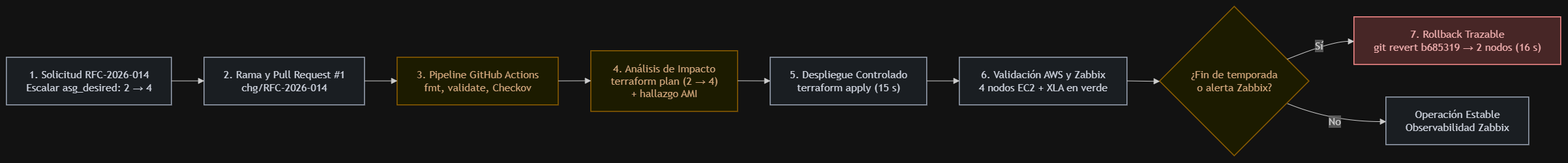
The draw.io diagram diagrams/flujo-cambio-controlado.png in manubc2012/ecommerce-infra-iac, before a commit. Source tidied: cells renumbered, new cells last; positions are measured from the earlier drawing's top-left corner, leaving out a move shared by most shapes.
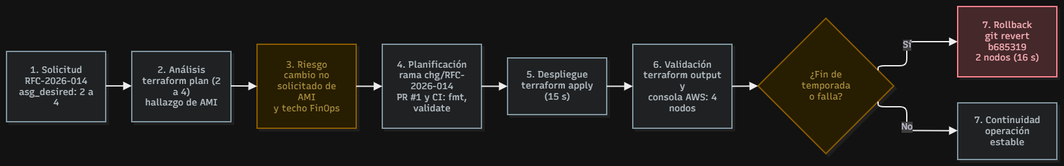
The same diagram one commit later.

Diff of the diagram source:
```diff
@@ -5,62 +5,64 @@
     <mxCell id="2" style="group;transparentBounds=1;editIcon=1;lockedGroup=0;groupPadding=10;" parent="1" vertex="1">
       <mxGeometry as="geometry" />
     </mxCell>
-    <mxCell id="3" value="1. Solicitud RFC-2026-014&#10;Escalar asg_desired: 2 → 4" style="html=1;whiteSpace=wrap;strokeWidth=1.5;fillColor=#edf2f7;strokeColor=#4a5568;fontColor=#1a202c;fontFamily=Trebuchet MS,Verdana,Arial,sans-serif;fontSize=16;" parent="2" vertex="1">
-      <mxGeometry x="30" y="108" width="253" height="73" as="geometry" />
-    </mxCell>
-    <mxCell id="4" value="2. Rama y Pull Request #1&#10;chg/RFC-2026-014" style="html=1;whiteSpace=wrap;strokeWidth=1.5;fillColor=#edf2f7;strokeColor=#4a5568;fontColor=#1a202c;fontFamily=Trebuchet MS,Verdana,Arial,sans-serif;fontSize=16;" parent="2" vertex="1">
-      <mxGeometry x="333" y="108" width="246" height="73" as="geometry" />
-    </mxCell>
-    <mxCell id="5" value="3. Pipeline GitHub Actions&#10;fmt, validate, Checkov" style="html=1;whiteSpace=wrap;strokeWidth=1.5;fillColor=#fefcbf;strokeColor=#d69e2e;fontColor=#744210;fontFamily=Trebuchet MS,Verdana,Arial,sans-serif;fontSize=16;" parent="2" vertex="1">
-      <mxGeometry x="629" y="108" width="247" height="73" as="geometry" />
-    </mxCell>
-    <mxCell id="6" value="4. Análisis de Impacto&#10;terraform plan (2 → 4)&#10;+ hallazgo AMI" style="html=1;whiteSpace=wrap;strokeWidth=1.5;fillColor=#fefcbf;strokeColor=#d69e2e;fontColor=#744210;fontFamily=Trebuchet MS,Verdana,Arial,sans-serif;fontSize=16;" parent="2" vertex="1">
-      <mxGeometry x="926" y="98" width="225" height="93" as="geometry" />
-    </mxCell>
-    <mxCell id="7" value="5. Despliegue Controlado&#10;terraform apply (15 s)" style="html=1;whiteSpace=wrap;strokeWidth=1.5;fillColor=#edf2f7;strokeColor=#4a5568;fontColor=#1a202c;fontFamily=Trebuchet MS,Verdana,Arial,sans-serif;fontSize=16;" parent="2" vertex="1">
-      <mxGeometry x="1201" y="108" width="240" height="73" as="geometry" />
-    </mxCell>
-    <mxCell id="8" value="6. Validación AWS y Zabbix&#10;4 nodos EC2 + XLA en verde" style="html=1;whiteSpace=wrap;strokeWidth=1.5;fillColor=#edf2f7;strokeColor=#4a5568;fontColor=#1a202c;fontFamily=Trebuchet MS,Verdana,Arial,sans-serif;fontSize=16;" parent="2" vertex="1">
-      <mxGeometry x="1491" y="108" width="257" height="73" as="geometry" />
-    </mxCell>
-    <mxCell id="9" value="¿Fin de temporada&#10;o alerta Zabbix?" style="rhombus;html=1;strokeWidth=1.5;whiteSpace=wrap;fillColor=#fefcbf;strokeColor=#d69e2e;fontColor=#744210;fontFamily=Trebuchet MS,Verdana,Arial,sans-serif;fontSize=16;" parent="2" vertex="1">
-      <mxGeometry x="1798" y="30" width="229" height="229" as="geometry" />
-    </mxCell>
-    <mxCell id="10" value="7. Rollback Trazable&#10;git revert b685319 → 2 nodos (16 s)" style="html=1;whiteSpace=wrap;strokeWidth=1.5;fillColor=#fed7d7;strokeColor=#c53030;fontColor=#742a2a;fontFamily=Trebuchet MS,Verdana,Arial,sans-serif;fontSize=16;" parent="2" vertex="1">
-      <mxGeometry x="2096" y="46" width="317" height="73" as="geometry" />
-    </mxCell>
-    <mxCell id="11" value="Operación Estable&#10;Observabilidad Zabbix" style="html=1;whiteSpace=wrap;strokeWidth=1.5;fillColor=#edf2f7;strokeColor=#4a5568;fontColor=#1a202c;fontFamily=Trebuchet MS,Verdana,Arial,sans-serif;fontSize=16;" parent="2" vertex="1">
-      <mxGeometry x="2145" y="169" width="219" height="73" as="geometry" />
-    </mxCell>
-    <mxCell id="12" style="curved=1;startArrow=none;endArrow=block;endSize=7;strokeColor=light-dark(#333333,#cccccc);exitX=1;exitY=0.49;entryX=0;entryY=0.49;rounded=0;fontSize=12;" parent="2" edge="1" source="3" target="4">
-      <mxGeometry relative="1" as="geometry" />
-    </mxCell>
-    <mxCell id="13" style="curved=1;startArrow=none;endArrow=block;endSize=7;strokeColor=light-dark(#333333,#cccccc);exitX=1;exitY=0.49;entryX=0;entryY=0.49;rounded=0;fontSize=12;" parent="2" edge="1" source="4" target="5">
-      <mxGeometry relative="1" as="geometry" />
-    </mxCell>
-    <mxCell id="14" style="curved=1;startArrow=none;endArrow=block;endSize=7;strokeColor=light-dark(#333333,#cccccc);exitX=1;exitY=0.49;entryX=0;entryY=0.49;rounded=0;fontSize=12;" parent="2" edge="1" source="5" target="6">
-      <mxGeometry relative="1" as="geometry" />
-    </mxCell>
-    <mxCell id="15" style="curved=1;startArrow=none;endArrow=block;endSize=7;strokeColor=light-dark(#333333,#cccccc);exitX=1;exitY=0.49;entryX=0;entryY=0.49;rounded=0;fontSize=12;" parent="2" edge="1" source="6" target="7">
-      <mxGeometry relative="1" as="geometry" />
-    </mxCell>
-    <mxCell id="16" style="curved=1;startArrow=none;endArrow=block;endSize=7;strokeColor=light-dark(#333333,#cccccc);exitX=1;exitY=0.49;entryX=0;entryY=0.49;rounded=0;fontSize=12;" parent="2" edge="1" source="7" target="8">
-      <mxGeometry relative="1" as="geometry" />
-    </mxCell>
-    <mxCell id="17" style="curved=1;startArrow=none;endArrow=block;endSize=7;strokeColor=light-dark(#333333,#cccccc);exitX=1;exitY=0.49;entryX=0;entryY=0.5;rounded=0;fontSize=12;" parent="2" edge="1" source="8" target="9">
-      <mxGeometry relative="1" as="geometry" />
-    </mxCell>
+    <mxCell id="20" value="1. Solicitud&#10;RFC-2026-014&#10;asg_desired: 2 a 4" style="html=1;whiteSpace=wrap;strokeWidth=2;fillColor=#eceff1;strokeColor=#546e7a;fontColor=#263238;fontFamily=Recursive;fontSize=14;shadow=1;shadowColor=#000000;shadowOffsetX=4;shadowOffsetY=4;shadowBlur=0;shadowOpacity=6;labelWidth=120;fontSource=https%3A%2F%2Ffonts.googleapis.com%2Fcss%3Ffamily%3DRecursive;" parent="2" vertex="1">
+      <mxGeometry x="30" y="99" width="152" height="108" as="geometry" />
+    </mxCell>
+    <mxCell id="21" value="2. Análisis&#10;terraform plan (2 a 4)&#10;hallazgo de AMI" style="html=1;whiteSpace=wrap;strokeWidth=2;fillColor=#eceff1;strokeColor=#546e7a;fontColor=#263238;fontFamily=Recursive;fontSize=14;shadow=1;shadowColor=#000000;shadowOffsetX=4;shadowOffsetY=4;shadowBlur=0;shadowOpacity=6;labelWidth=120;fontSource=https%3A%2F%2Ffonts.googleapis.com%2Fcss%3Ffamily%3DRecursive;" parent="2" vertex="1">
+      <mxGeometry x="222" y="99" width="152" height="108" as="geometry" />
+    </mxCell>
+    <mxCell id="22" value="3. Riesgo&#10;cambio no solicitado de AMI&#10;y techo FinOps" style="html=1;whiteSpace=wrap;strokeWidth=2;fillColor=#fff3cd;strokeColor=#e0a800;fontColor=#856404;fontFamily=Recursive;fontSize=14;shadow=1;shadowColor=#000000;shadowOffsetX=4;shadowOffsetY=4;shadowBlur=0;shadowOpacity=6;labelWidth=120;fontSource=https%3A%2F%2Ffonts.googleapis.com%2Fcss%3Ffamily%3DRecursive;" parent="2" vertex="1">
+      <mxGeometry x="414" y="88" width="152" height="129" as="geometry" />
+    </mxCell>
+    <mxCell id="23" value="4. Planificación&#10;rama chg/RFC-2026-014&#10;PR #1 y CI: fmt, validate" style="html=1;whiteSpace=wrap;strokeWidth=2;fillColor=#eceff1;strokeColor=#546e7a;fontColor=#263238;fontFamily=Recursive;fontSize=14;shadow=1;shadowColor=#000000;shadowOffsetX=4;shadowOffsetY=4;shadowBlur=0;shadowOpacity=6;labelWidth=120;fontSource=https%3A%2F%2Ffonts.googleapis.com%2Fcss%3Ffamily%3DRecursive;" parent="2" vertex="1">
+      <mxGeometry x="606" y="88" width="152" height="129" as="geometry" />
+    </mxCell>
+    <mxCell id="24" value="5. Despliegue&#10;terraform apply (15 s)" style="html=1;whiteSpace=wrap;strokeWidth=2;fillColor=#eceff1;strokeColor=#546e7a;fontColor=#263238;fontFamily=Recursive;fontSize=14;shadow=1;shadowColor=#000000;shadowOffsetX=4;shadowOffsetY=4;shadowBlur=0;shadowOpacity=6;labelWidth=120;fontSource=https%3A%2F%2Ffonts.googleapis.com%2Fcss%3Ffamily%3DRecursive;" parent="2" vertex="1">
+      <mxGeometry x="798" y="109" width="152" height="87" as="geometry" />
+    </mxCell>
+    <mxCell id="25" value="6. Validación&#10;terraform output y&#10;consola AWS: 4 nodos" style="html=1;whiteSpace=wrap;strokeWidth=2;fillColor=#eceff1;strokeColor=#546e7a;fontColor=#263238;fontFamily=Recursive;fontSize=14;shadow=1;shadowColor=#000000;shadowOffsetX=4;shadowOffsetY=4;shadowBlur=0;shadowOpacity=6;labelWidth=120;fontSource=https%3A%2F%2Ffonts.googleapis.com%2Fcss%3Ffamily%3DRecursive;" parent="2" vertex="1">
+      <mxGeometry x="990" y="88" width="152" height="129" as="geometry" />
+    </mxCell>
+    <mxCell id="26" value="¿Fin de temporada&#10;o falla?" style="rhombus;html=1;strokeWidth=2;whiteSpace=wrap;fillColor=#fff3cd;strokeColor=#e0a800;fontColor=#856404;fontFamily=Recursive;fontSize=14;shadow=1;shadowColor=#000000;shadowOffsetX=4;shadowOffsetY=4;shadowBlur=0;shadowOpacity=6;labelWidth=120;fontSource=https%3A%2F%2Ffonts.googleapis.com%2Fcss%3Ffamily%3DRecursive;" parent="2" vertex="1">
+      <mxGeometry x="1182" y="48" width="208" height="208" as="geometry" />
+    </mxCell>
+    <mxCell id="27" value="7. Rollback&#10;git revert b685319&#10;2 nodos (16 s)" style="html=1;whiteSpace=wrap;strokeWidth=2;fillColor=#f8d7da;strokeColor=#dc3545;fontColor=#721c24;fontFamily=Recursive;fontSize=14;shadow=1;shadowColor=#000000;shadowOffsetX=4;shadowOffsetY=4;shadowBlur=0;shadowOpacity=6;labelWidth=120;fontSource=https%3A%2F%2Ffonts.googleapis.com%2Fcss%3Ffamily%3DRecursive;" parent="2" vertex="1">
+      <mxGeometry x="1488" y="30" width="152" height="108" as="geometry" />
+    </mxCell>
+    <mxCell id="28" value="7. Continuidad&#10;operación estable" style="html=1;whiteSpace=wrap;strokeWidth=2;fillColor=#eceff1;strokeColor=#546e7a;fontColor=#263238;fontFamily=Recursive;fontSize=14;shadow=1;shadowColor=#000000;shadowOffsetX=4;shadowOffsetY=4;shadowBlur=0;shadowOpacity=6;labelWidth=120;fontSource=https%3A%2F%2Ffonts.googleapis.com%2Fcss%3Ffamily%3DRecursive;" parent="2" vertex="1">
+      <mxGeometry x="1488" y="178" width="152" height="87" as="geometry" />
+    </mxCell>
+    <mxCell id="29" style="edgeStyle=orthogonalEdgeStyle;rounded=1;curved=0;startArrow=none;endArrow=block;endSize=8;jumpStyle=arc;jumpSize=12;strokeColor=#000000;exitX=1;exitY=0.49;entryX=0;entryY=0.49;strokeWidth=2;targetPerimeterSpacing=4;fontSize=12;" parent="2" edge="1" source="20" target="21">
+      <mxGeometry relative="1" as="geometry" />
+    </mxCell>
+    <mxCell id="30" style="edgeStyle=orthogonalEdgeStyle;rounded=1;curved=0;startArrow=none;endArrow=block;endSize=8;jumpStyle=arc;jumpSize=12;strokeColor=#000000;exitX=1;exitY=0.49;entryX=0;entryY=0.5;strokeWidth=2;targetPerimeterSpacing=4;fontSize=12;" parent="2" edge="1" source="21" target="22">
+      <mxGeometry relative="1" as="geometry" />
+    </mxCell>
+    <mxCell id="31" style="edgeStyle=orthogonalEdgeStyle;rounded=1;curved=0;startArrow=none;endArrow=block;endSize=8;jumpStyle=arc;jumpSize=12;strokeColor=#000000;exitX=1;exitY=0.5;entryX=0;entryY=0.5;strokeWidth=2;targetPerimeterSpacing=4;fontSize=12;" parent="2" edge="1" source="22" target="23">
+      <mxGeometry relative="1" as="geometry" />
+    </mxCell>
+    <mxCell id="32" style="edgeStyle=orthogonalEdgeStyle;rounded=1;curved=0;startArrow=none;endArrow=block;endSize=8;jumpStyle=arc;jumpSize=12;strokeColor=#000000;exitX=1;exitY=0.5;entryX=0;entryY=0.5;strokeWidth=2;targetPerimeterSpacing=4;fontSize=12;" parent="2" edge="1" source="23" target="24">
+      <mxGeometry relative="1" as="geometry" />
+    </mxCell>
+    <mxCell id="33" style="edgeStyle=orthogonalEdgeStyle;rounded=1;curved=0;startArrow=none;endArrow=block;endSize=8;jumpStyle=arc;jumpSize=12;strokeColor=#000000;exitX=1;exitY=0.5;entryX=0;entryY=0.5;strokeWidth=2;targetPerimeterSpacing=4;fontSize=12;" parent="2" edge="1" source="24" target="25">
+      <mxGeometry relative="1" as="geometry" />
+    </mxCell>
+    <mxCell id="34" style="edgeStyle=orthogonalEdgeStyle;rounded=1;curved=0;startArrow=none;endArrow=block;endSize=8;jumpStyle=arc;jumpSize=12;strokeColor=#000000;exitX=1;exitY=0.5;entryX=0;entryY=0.5;strokeWidth=2;targetPerimeterSpacing=4;fontSize=12;" parent="2" edge="1" source="25" target="26">
+      <mxGeometry relative="1" as="geometry" />
+    </mxCell>
-    <mxCell id="18" value="Sí" style="curved=1;startArrow=none;endArrow=block;endSize=7;strokeColor=light-dark(#333333,#cccccc);html=1;fontSize=16;labelBackgroundColor=light-dark(#E8E8E88D,#2a2a2a8D);fontFamily=Trebuchet MS,Verdana,Arial,sans-serif;fontColor=light-dark(#333333,#cccccc);exitX=1;exitY=0.29;entryX=0;entryY=0.51;rounded=0;" parent="2" edge="1" source="9" target="10">
+    <mxCell id="18" value="Sí" style="edgeStyle=orthogonalEdgeStyle;rounded=1;curved=0;startArrow=none;endArrow=block;endSize=8;jumpStyle=arc;jumpSize=12;strokeColor=#000000;html=1;fontSize=14;labelBackgroundColor=#cccccc;fontFamily=Recursive;fontColor=#28253D;exitX=1;exitY=0.35;entryX=0;entryY=0.5;strokeWidth=2;targetPerimeterSpacing=4;fontSource=https%3A%2F%2Ffonts.googleapis.com%2Fcss%3Ffamily%3DRecursive;" parent="2" edge="1" source="26" target="27">
       <mxGeometry relative="1" as="geometry">
         <Array as="points">
-          <mxPoint x="2061" y="83" />
+          <mxPoint x="1410" y="121" />
+          <mxPoint x="1410" y="84" />
         </Array>
       </mxGeometry>
     </mxCell>
-    <mxCell id="19" value="No" style="curved=1;startArrow=none;endArrow=block;endSize=7;strokeColor=light-dark(#333333,#cccccc);html=1;fontSize=16;labelBackgroundColor=light-dark(#E8E8E88D,#2a2a2a8D);fontFamily=Trebuchet MS,Verdana,Arial,sans-serif;fontColor=light-dark(#333333,#cccccc);exitX=1;exitY=0.71;entryX=0;entryY=0.51;rounded=0;" parent="2" edge="1" source="9" target="11">
+    <mxCell id="19" value="No" style="edgeStyle=orthogonalEdgeStyle;rounded=1;curved=0;startArrow=none;endArrow=block;endSize=8;jumpStyle=arc;jumpSize=12;strokeColor=#000000;html=1;fontSize=14;labelBackgroundColor=#cccccc;fontFamily=Recursive;fontColor=#28253D;exitX=1;exitY=0.65;entryX=0;entryY=0.49;strokeWidth=2;targetPerimeterSpacing=4;fontSource=https%3A%2F%2Ffonts.googleapis.com%2Fcss%3Ffamily%3DRecursive;" parent="2" edge="1" source="26" target="28">
       <mxGeometry relative="1" as="geometry">
         <Array as="points">
-          <mxPoint x="2061" y="206" />
+          <mxPoint x="1410" y="184" />
+          <mxPoint x="1410" y="221" />
         </Array>
       </mxGeometry>
     </mxCell>
```
